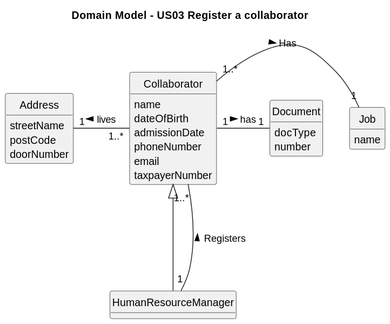
The PlantUML diagram docs/sprint2/us03/03.design/svg/us03-class-diagram.svg in Departamento-de-Engenharia-Informatica/lei-24-s2-1db-g022, before a commit.
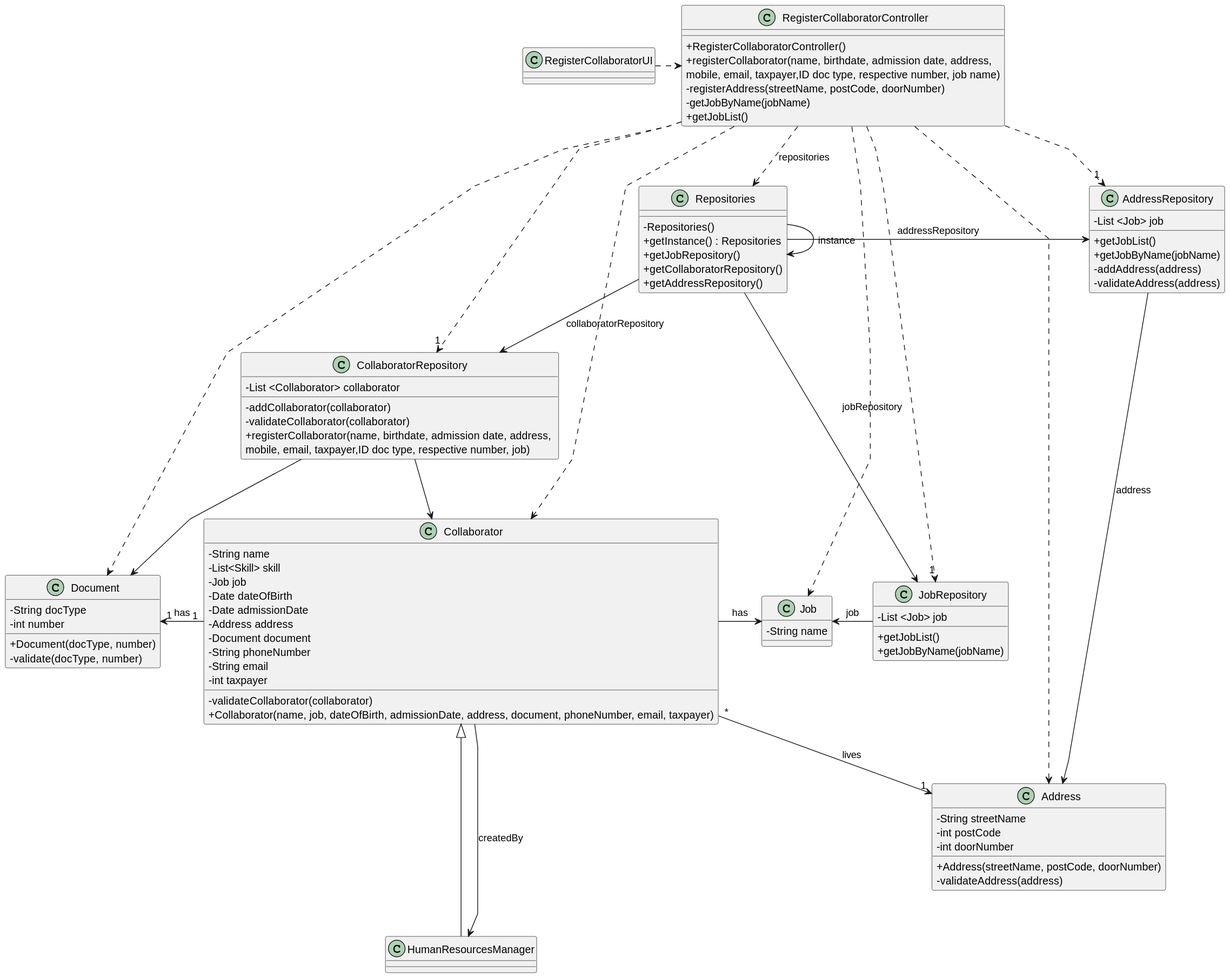
After the commit.

Commit message:
minor diagram rectifications

Change to the diagram source:
```diff
@@ -1,43 +1,126 @@
 @startuml
-skinparam monochrome true
 skinparam packageStyle rectangle
 skinparam shadowing false
+skinparam linetype polyline
+
 skinparam classAttributeIconSize 0
-hide circle
-hide methods
 
-title Domain Model - US03 Register a collaborator
 
-class HumanResourceManager {
+
+class RegisterCollaboratorController {
+
+    + RegisterCollaboratorController()
+    + registerCollaborator(name, birthdate, admission date, address, \nmobile, email, taxpayer,ID doc type, respective number, job name)
+    - registerAddress(streetName, postCode, doorNumber)
+    - getJobByName(jobName)
+    + getJobList()
+}
+
+class RegisterCollaboratorUI {
 }
 
 class Collaborator {
-    name
-    dateOfBirth
-    admissionDate
-    phoneNumber
-    email
-    taxpayerNumber
+    -String name
+    -List<Skill> skill
+    -Job job
+    -Date dateOfBirth
+    -Date admissionDate
+    -Address address
+    -Document document
+    -String phoneNumber
+    -String email
+    -int taxpayer
+
+
+    - validateCollaborator(collaborator)
+    + Collaborator(name, job, dateOfBirth, admissionDate, address, document, phoneNumber, email, taxpayer)
 }
 
-class Job{
-    name
+class Address {
+    -String streetName
+    -int postCode
+    -int doorNumber
+
+    +Address(streetName, postCode, doorNumber)
+    -validateAddress(address)
 }
 
-class Address{
-    streetName
-    postCode
-    doorNumber
+class HumanResourcesManager {
 }
 
-class Document{
-    docType
-    number
+class Repositories {
+
+    - Repositories()
+    + getInstance() : Repositories
+    + getJobRepository()
+    + getCollaboratorRepository()
+    + getAddressRepository()
 }
 
-Collaborator  <|---  HumanResourceManager
-HumanResourceManager "1" --- "1..*" Collaborator : Registers >
-Collaborator "1..*" - "1" Job : Has >
-Address "1" - "1..*" Collaborator : < lives
-Collaborator "1" - "1" Document : has >
+class JobRepository {
+    - List <Job> job
+
+    + getJobList()
+    + getJobByName(jobName)
+}
+
+class AddressRepository {
+    - List <Job> job
+
+    + getJobList()
+    + getJobByName(jobName)
+    -addAddress(address)
+    -validateAddress(address)
+}
+
+class CollaboratorRepository {
+    - List <Collaborator> collaborator
+
+    - addCollaborator(collaborator)
+    - validateCollaborator(collaborator)
+    + registerCollaborator(name, birthdate, admission date, address, \nmobile, email, taxpayer,ID doc type, respective number, job)
+}
+
+class Job {
+    -String name
+}
+
+class Document {
+    -String docType
+    -int number
+
+    +Document(docType, number)
+    -validate(docType, number)
+}
+
+Collaborator  <|---  HumanResourcesManager
+Collaborator  -> Job : has
+Collaborator "*" --> "1" Address : lives
+
+HumanResourcesManager <--  Collaborator: createdBy
+
+RegisterCollaboratorController .> Repositories : repositories
+RegisterCollaboratorController ..> "1" JobRepository
+RegisterCollaboratorController ...> "1" CollaboratorRepository
+RegisterCollaboratorController ..> "1" AddressRepository
+RegisterCollaboratorController ..> Collaborator
+RegisterCollaboratorController ..> Job
+RegisterCollaboratorController ..> Address
+RegisterCollaboratorController ..> Document
+
+RegisterCollaboratorUI .> RegisterCollaboratorController
+
+Repositories -> Repositories : instance
+Repositories -> JobRepository : jobRepository
+Repositories -> AddressRepository : addressRepository
+Repositories --> CollaboratorRepository : collaboratorRepository
+
+CollaboratorRepository --> Collaborator
+CollaboratorRepository --> Document
+
+Job <- JobRepository : job
+
+AddressRepository -> Address : address
+
+Document "1" <- "1" Collaborator : has
 @enduml
```
